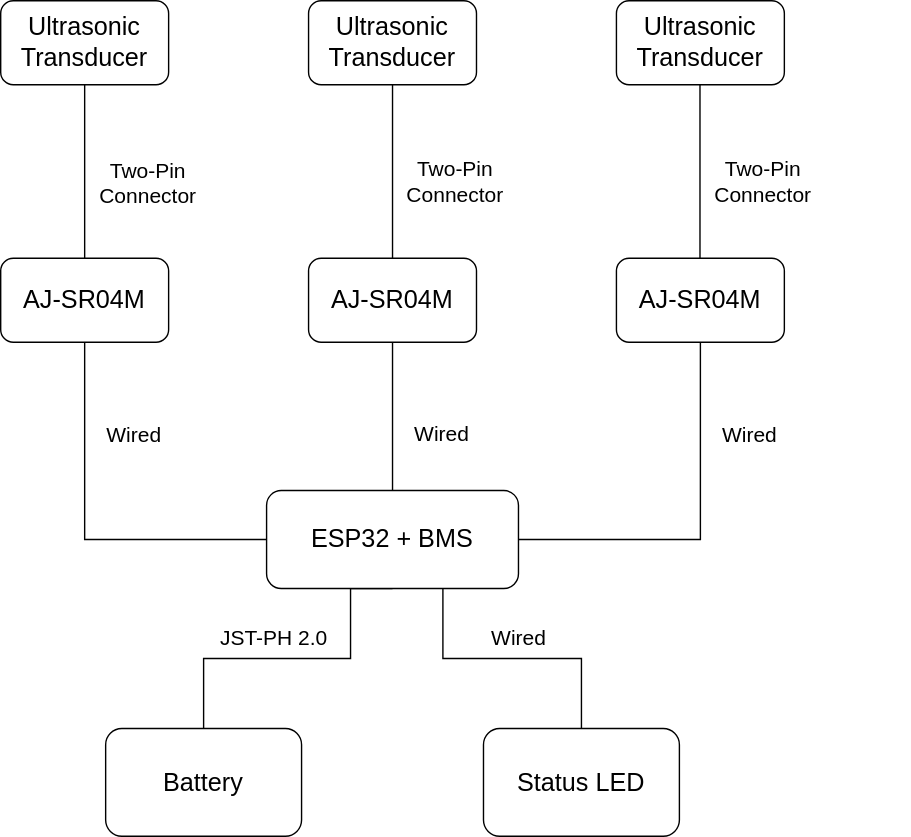
Above: SailTrack Wind/hardware-diagram.svg in metisvela/sailtrack (draw.io), before the change. Source tidied: cells renumbered, new cells last; positions are measured from the earlier drawing's top-left corner, leaving out a move shared by most shapes.
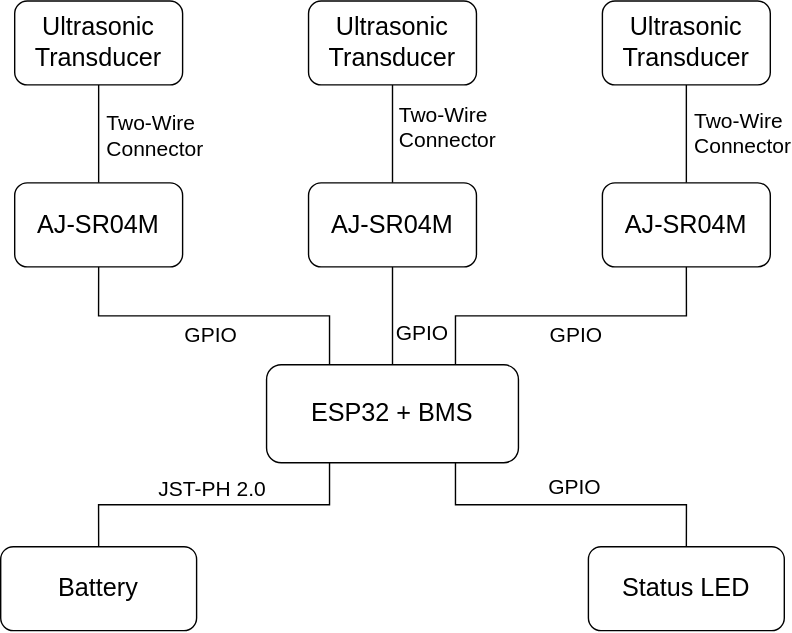
The same file after the commit.

Change to the diagram source:
```diff
@@ -2,95 +2,92 @@
   <root>
     <mxCell id="0" />
     <mxCell id="1" parent="0" />
-    <mxCell id="2" style="group;" parent="1" vertex="1">
-      <mxGeometry width="650" height="597" as="geometry" />
-    </mxCell>
-    <mxCell id="3" style="edgeStyle=orthogonalEdgeStyle;rounded=0;jettySize=auto;html=1;exitX=0.5;exitY=1;exitDx=0;exitDy=0;entryX=0.5;entryY=0;entryDx=0;entryDy=0;endArrow=none;endFill=0;" parent="2" edge="1" source="4" target="15">
-      <mxGeometry relative="1" as="geometry">
-        <Array as="points">
-          <mxPoint x="250" y="420" />
-          <mxPoint x="250" y="470" />
-          <mxPoint x="145" y="470" />
-        </Array>
-      </mxGeometry>
-    </mxCell>
+    <mxCell id="29" style="edgeStyle=orthogonalEdgeStyle;rounded=0;jettySize=auto;html=1;exitX=0.5;exitY=1;exitDx=0;exitDy=0;entryX=0.5;entryY=0;entryDx=0;entryDy=0;endArrow=none;endFill=0;" parent="1" edge="1" source="31" target="40">
+      <mxGeometry relative="1" as="geometry" />
+    </mxCell>
+    <mxCell id="30" value="Two-Wire&lt;br&gt;Connector" style="edgeLabel;html=1;align=left;verticalAlign=middle;fontSize=15;" parent="29" vertex="1">
+      <mxGeometry relative="1" as="geometry">
+        <mxPoint x="4" as="offset" />
+      </mxGeometry>
+    </mxCell>
+    <mxCell id="31" value="&lt;font style=&quot;font-size: 18px&quot;&gt;Ultrasonic Transducer&lt;/font&gt;" style="rounded=1;whiteSpace=wrap;html=1;fontSize=16;" parent="1" vertex="1">
+      <mxGeometry x="34" y="74" width="120" height="60" as="geometry" />
+    </mxCell>
+    <mxCell id="32" style="edgeStyle=orthogonalEdgeStyle;rounded=0;jettySize=auto;html=1;exitX=0.5;exitY=1;exitDx=0;exitDy=0;entryX=0.5;entryY=0;entryDx=0;entryDy=0;endArrow=none;endFill=0;" parent="1" edge="1" source="34" target="43">
+      <mxGeometry relative="1" as="geometry" />
+    </mxCell>
+    <mxCell id="33" value="Two-Wire&lt;br&gt;Connector" style="edgeLabel;html=1;align=left;verticalAlign=middle;fontSize=15;" parent="32" vertex="1">
+      <mxGeometry x="-0.14" y="-1" relative="1" as="geometry">
+        <mxPoint x="4" as="offset" />
+      </mxGeometry>
+    </mxCell>
+    <mxCell id="34" value="&lt;font style=&quot;font-size: 18px&quot;&gt;Ultrasonic Transducer&lt;/font&gt;" style="rounded=1;whiteSpace=wrap;html=1;fontSize=16;" parent="1" vertex="1">
+      <mxGeometry x="244" y="74" width="120" height="60" as="geometry" />
+    </mxCell>
+    <mxCell id="35" style="edgeStyle=orthogonalEdgeStyle;rounded=0;jettySize=auto;html=1;exitX=0.5;exitY=1;exitDx=0;exitDy=0;entryX=0.5;entryY=0;entryDx=0;entryDy=0;endArrow=none;endFill=0;" parent="1" edge="1" source="37" target="46">
+      <mxGeometry relative="1" as="geometry" />
+    </mxCell>
+    <mxCell id="36" value="Two-Wire&lt;br&gt;&lt;div style=&quot;&quot;&gt;Connector&lt;/div&gt;" style="edgeLabel;html=1;align=left;verticalAlign=middle;fontSize=15;" parent="35" vertex="1">
+      <mxGeometry x="-0.06" y="4" relative="1" as="geometry" />
+    </mxCell>
+    <mxCell id="37" value="&lt;font style=&quot;font-size: 18px&quot;&gt;Ultrasonic Transducer&lt;/font&gt;" style="rounded=1;whiteSpace=wrap;html=1;fontSize=16;" parent="1" vertex="1">
+      <mxGeometry x="454" y="74" width="120" height="60" as="geometry" />
+    </mxCell>
+    <mxCell id="38" style="edgeStyle=orthogonalEdgeStyle;rounded=0;jettySize=auto;html=1;exitX=0.5;exitY=1;exitDx=0;exitDy=0;entryX=0.25;entryY=0;entryDx=0;entryDy=0;endArrow=none;endFill=0;" parent="1" edge="1" source="40" target="4">
+      <mxGeometry relative="1" as="geometry" />
+    </mxCell>
+    <mxCell id="39" value="GPIO" style="edgeLabel;html=1;align=center;verticalAlign=top;fontSize=15;" parent="38" vertex="1">
+      <mxGeometry x="-0.17" y="-1" relative="1" as="geometry">
+        <mxPoint x="17" y="-3" as="offset" />
+      </mxGeometry>
+    </mxCell>
+    <mxCell id="40" value="&lt;font style=&quot;font-size: 18px&quot;&gt;AJ-SR04M&lt;/font&gt;" style="rounded=1;whiteSpace=wrap;html=1;fontSize=16;" parent="1" vertex="1">
+      <mxGeometry x="34" y="204" width="120" height="60" as="geometry" />
+    </mxCell>
+    <mxCell id="41" style="edgeStyle=orthogonalEdgeStyle;rounded=0;jettySize=auto;html=1;exitX=0.5;exitY=1;exitDx=0;exitDy=0;entryX=0.5;entryY=0;entryDx=0;entryDy=0;endArrow=none;endFill=0;" parent="1" edge="1" source="43" target="4">
+      <mxGeometry relative="1" as="geometry" />
+    </mxCell>
+    <mxCell id="42" value="GPIO" style="edgeLabel;html=1;align=center;verticalAlign=middle;fontSize=15;" parent="41" vertex="1">
+      <mxGeometry x="-0.06" y="3" relative="1" as="geometry">
+        <mxPoint x="17" y="13" as="offset" />
+      </mxGeometry>
+    </mxCell>
+    <mxCell id="43" value="&lt;font style=&quot;font-size: 18px&quot;&gt;AJ-SR04M&lt;/font&gt;" style="rounded=1;whiteSpace=wrap;html=1;fontSize=16;" parent="1" vertex="1">
+      <mxGeometry x="244" y="204" width="120" height="60" as="geometry" />
+    </mxCell>
+    <mxCell id="44" style="edgeStyle=orthogonalEdgeStyle;rounded=0;jettySize=auto;html=1;exitX=0.5;exitY=1;exitDx=0;exitDy=0;entryX=0.75;entryY=0;entryDx=0;entryDy=0;endArrow=none;endFill=0;" parent="1" edge="1" source="46" target="4">
+      <mxGeometry relative="1" as="geometry" />
+    </mxCell>
+    <mxCell id="45" value="GPIO" style="edgeLabel;html=1;align=center;verticalAlign=top;fontSize=15;" parent="44" vertex="1">
+      <mxGeometry x="0.08" y="3" relative="1" as="geometry">
+        <mxPoint x="12" y="-5" as="offset" />
+      </mxGeometry>
+    </mxCell>
+    <mxCell id="46" value="&lt;font style=&quot;font-size: 18px&quot;&gt;AJ-SR04M&lt;/font&gt;" style="rounded=1;whiteSpace=wrap;html=1;fontSize=16;" parent="1" vertex="1">
+      <mxGeometry x="454" y="204" width="120" height="60" as="geometry" />
+    </mxCell>
-    <mxCell id="4" value="&lt;font style=&quot;font-size: 18px&quot;&gt;ESP32 + BMS&lt;/font&gt;" style="rounded=1;whiteSpace=wrap;html=1;fontSize=16;" parent="2" vertex="1">
-      <mxGeometry x="190" y="350" width="180" height="70" as="geometry" />
+    <mxCell id="4" value="&lt;font style=&quot;font-size: 18px&quot;&gt;ESP32 + BMS&lt;/font&gt;" style="rounded=1;whiteSpace=wrap;html=1;fontSize=16;" parent="1" vertex="1">
+      <mxGeometry x="214" y="334" width="180" height="70" as="geometry" />
     </mxCell>
-    <mxCell id="5" value="&lt;font style=&quot;font-size: 18px&quot;&gt;AJ-SR04M&lt;/font&gt;" style="rounded=1;whiteSpace=wrap;html=1;fontSize=16;" parent="2" vertex="1">
-      <mxGeometry y="184" width="120" height="60" as="geometry" />
-    </mxCell>
-    <mxCell id="6" style="edgeStyle=orthogonalEdgeStyle;rounded=0;jettySize=auto;html=1;exitX=0;exitY=0.5;exitDx=0;exitDy=0;entryX=0.5;entryY=1;entryDx=0;entryDy=0;fontSize=16;endArrow=none;endFill=0;" parent="2" edge="1" source="4" target="5">
-      <mxGeometry relative="1" as="geometry" />
-    </mxCell>
-    <mxCell id="7" value="&lt;font style=&quot;font-size: 18px&quot;&gt;AJ-SR04M&lt;/font&gt;" style="rounded=1;whiteSpace=wrap;html=1;fontSize=16;" parent="2" vertex="1">
-      <mxGeometry x="220" y="184" width="120" height="60" as="geometry" />
-    </mxCell>
-    <mxCell id="8" style="edgeStyle=orthogonalEdgeStyle;rounded=0;jettySize=auto;html=1;exitX=0.5;exitY=0;exitDx=0;exitDy=0;entryX=0.5;entryY=1;entryDx=0;entryDy=0;fontSize=16;endArrow=none;endFill=0;" parent="2" edge="1" source="4" target="7">
-      <mxGeometry relative="1" as="geometry" />
-    </mxCell>
-    <mxCell id="9" style="edgeStyle=orthogonalEdgeStyle;rounded=0;jettySize=auto;html=1;exitX=1;exitY=0.5;exitDx=0;exitDy=0;entryX=0.5;entryY=1;entryDx=0;entryDy=0;fontSize=16;endSize=6;endArrow=none;endFill=0;" parent="2" edge="1" source="4" target="23">
-      <mxGeometry relative="1" as="geometry" />
-    </mxCell>
-    <mxCell id="10" value="&lt;font style=&quot;font-size: 18px&quot;&gt;Ultrasonic Transducer&lt;/font&gt;" style="rounded=1;whiteSpace=wrap;html=1;fontSize=16;" parent="2" vertex="1">
-      <mxGeometry width="120" height="60" as="geometry" />
-    </mxCell>
-    <mxCell id="11" style="edgeStyle=orthogonalEdgeStyle;rounded=0;jettySize=auto;html=1;exitX=0.5;exitY=0;exitDx=0;exitDy=0;entryX=0.5;entryY=1;entryDx=0;entryDy=0;fontSize=16;endArrow=none;endFill=0;" parent="2" edge="1" source="5" target="10">
-      <mxGeometry relative="1" as="geometry" />
-    </mxCell>
-    <mxCell id="12" value="&lt;font style=&quot;font-size: 18px&quot;&gt;Ultrasonic Transducer&lt;/font&gt;" style="rounded=1;whiteSpace=wrap;html=1;fontSize=16;" parent="2" vertex="1">
-      <mxGeometry x="220" width="120" height="60" as="geometry" />
-    </mxCell>
-    <mxCell id="13" style="edgeStyle=orthogonalEdgeStyle;rounded=0;jettySize=auto;html=1;exitX=0.5;exitY=0;exitDx=0;exitDy=0;entryX=0.5;entryY=1;entryDx=0;entryDy=0;fontSize=16;endArrow=none;endFill=0;" parent="2" edge="1" source="7" target="12">
-      <mxGeometry relative="1" as="geometry" />
-    </mxCell>
-    <mxCell id="14" value="&lt;font style=&quot;font-size: 18px&quot;&gt;Ultrasonic Transducer&lt;/font&gt;" style="rounded=1;whiteSpace=wrap;html=1;fontSize=16;" parent="2" vertex="1">
-      <mxGeometry x="440" width="120" height="60" as="geometry" />
-    </mxCell>
+    <mxCell id="47" style="edgeStyle=orthogonalEdgeStyle;rounded=0;jettySize=auto;html=1;exitX=0.5;exitY=0;exitDx=0;exitDy=0;entryX=0.25;entryY=1;entryDx=0;entryDy=0;endArrow=none;endFill=0;" parent="1" edge="1" source="15" target="4">
+      <mxGeometry relative="1" as="geometry" />
+    </mxCell>
+    <mxCell id="22" value="JST-PH 2.0" style="edgeLabel;html=1;align=center;verticalAlign=bottom;fontSize=15;" parent="47" vertex="1">
+      <mxGeometry x="0.2" y="1" relative="1" as="geometry">
+        <mxPoint x="-25" as="offset" />
+      </mxGeometry>
+    </mxCell>
-    <mxCell id="15" value="&lt;span style=&quot;font-size: 18px&quot;&gt;Battery&lt;/span&gt;" style="rounded=1;whiteSpace=wrap;html=1;fontSize=16;" parent="2" vertex="1">
-      <mxGeometry x="75" y="520" width="140" height="77" as="geometry" />
+    <mxCell id="15" value="&lt;span style=&quot;font-size: 18px&quot;&gt;Battery&lt;/span&gt;" style="rounded=1;whiteSpace=wrap;html=1;fontSize=16;" parent="1" vertex="1">
+      <mxGeometry x="24" y="464" width="140" height="60" as="geometry" />
     </mxCell>
-    <mxCell id="16" value="&lt;font style=&quot;font-size: 15px&quot;&gt;Two-Pin &lt;br&gt;Connector&lt;/font&gt;" style="text;html=1;align=center;verticalAlign=middle;fillColor=none;strokeColor=none;rounded=0;" parent="2" vertex="1">
-      <mxGeometry x="65" y="110" width="80" height="40" as="geometry" />
-    </mxCell>
-    <mxCell id="17" value="&lt;span style=&quot;color: rgb(0, 0, 0); font-family: helvetica; font-size: 15px; font-style: normal; font-weight: 400; letter-spacing: normal; text-indent: 0px; text-transform: none; word-spacing: 0px; display: inline; float: none;&quot;&gt;Two-Pin &lt;br&gt;Connector&lt;/span&gt;" style="text;whiteSpace=wrap;html=1;align=center;labelBackgroundColor=none;" parent="2" vertex="1">
-      <mxGeometry x="290" y="105" width="70" height="30" as="geometry" />
-    </mxCell>
-    <mxCell id="18" value="&lt;span style=&quot;color: rgb(0, 0, 0); font-family: helvetica; font-size: 15px; font-style: normal; font-weight: 400; letter-spacing: normal; text-indent: 0px; text-transform: none; word-spacing: 0px; display: inline; float: none;&quot;&gt;Two-Pin &lt;br&gt;Connector&lt;/span&gt;" style="text;whiteSpace=wrap;html=1;align=center;labelBackgroundColor=none;" parent="2" vertex="1">
-      <mxGeometry x="510" y="105" width="70" height="30" as="geometry" />
-    </mxCell>
-    <mxCell id="19" value="&lt;font style=&quot;font-size: 15px&quot;&gt;Wired&lt;/font&gt;" style="text;html=1;align=center;verticalAlign=middle;fillColor=none;strokeColor=none;rounded=0;" parent="2" vertex="1">
-      <mxGeometry x="70" y="300" width="50" height="20" as="geometry" />
-    </mxCell>
-    <mxCell id="20" value="&lt;font style=&quot;font-size: 15px&quot;&gt;Wired&lt;/font&gt;" style="text;html=1;align=center;verticalAlign=middle;fillColor=none;strokeColor=none;rounded=0;" parent="2" vertex="1">
-      <mxGeometry x="290" y="299" width="50" height="20" as="geometry" />
-    </mxCell>
-    <mxCell id="21" value="&lt;font style=&quot;font-size: 15px&quot;&gt;Wired&lt;/font&gt;" style="text;html=1;align=center;verticalAlign=middle;fillColor=none;strokeColor=none;rounded=0;" parent="2" vertex="1">
-      <mxGeometry x="510" y="300" width="50" height="20" as="geometry" />
-    </mxCell>
-    <mxCell id="22" value="&lt;font style=&quot;font-size: 15px&quot;&gt;JST-PH 2.0&lt;/font&gt;" style="text;html=1;align=center;verticalAlign=middle;fillColor=none;strokeColor=none;rounded=0;" parent="2" vertex="1">
-      <mxGeometry x="150" y="445" width="90" height="20" as="geometry" />
-    </mxCell>
-    <mxCell id="23" value="&lt;font style=&quot;font-size: 18px&quot;&gt;AJ-SR04M&lt;/font&gt;" style="rounded=1;whiteSpace=wrap;html=1;fontSize=16;" parent="2" vertex="1">
-      <mxGeometry x="440" y="184" width="120" height="60" as="geometry" />
-    </mxCell>
-    <mxCell id="24" style="edgeStyle=orthogonalEdgeStyle;rounded=0;orthogonalLoop=1;jettySize=auto;html=1;exitX=0.5;exitY=1;exitDx=0;exitDy=0;endArrow=none;endFill=0;" parent="2" edge="1" source="18" target="18">
-      <mxGeometry relative="1" as="geometry" />
-    </mxCell>
-    <mxCell id="25" style="edgeStyle=orthogonalEdgeStyle;rounded=0;orthogonalLoop=1;jettySize=auto;html=1;exitX=0.5;exitY=0;exitDx=0;exitDy=0;entryX=0.5;entryY=1;entryDx=0;entryDy=0;fontSize=16;endArrow=none;endFill=0;" parent="2" edge="1">
-      <mxGeometry relative="1" as="geometry">
-        <mxPoint x="499.7" y="184" as="sourcePoint" />
-        <mxPoint x="499.7" y="60" as="targetPoint" />
-      </mxGeometry>
-    </mxCell>
-    <mxCell id="26" style="edgeStyle=orthogonalEdgeStyle;rounded=0;jettySize=auto;html=1;exitX=0.5;exitY=0;exitDx=0;exitDy=0;entryX=0.7;entryY=0.998;entryDx=0;entryDy=0;entryPerimeter=0;endArrow=none;endFill=0;" parent="2" edge="1" source="27" target="4">
+    <mxCell id="26" style="edgeStyle=orthogonalEdgeStyle;rounded=0;jettySize=auto;html=1;exitX=0.5;exitY=0;exitDx=0;exitDy=0;entryX=0.75;entryY=1;entryDx=0;entryDy=0;endArrow=none;endFill=0;" parent="1" edge="1" source="27" target="4">
       <mxGeometry relative="1" as="geometry" />
     </mxCell>
+    <mxCell id="48" value="GPIO" style="edgeLabel;html=1;align=center;verticalAlign=bottom;fontSize=15;" parent="26" vertex="1">
+      <mxGeometry x="-0.01" y="-2" relative="1" as="geometry" />
+    </mxCell>
-    <mxCell id="27" value="&lt;span style=&quot;font-size: 18px&quot;&gt;Status LED&lt;/span&gt;" style="rounded=1;whiteSpace=wrap;html=1;fontSize=16;" parent="2" vertex="1">
-      <mxGeometry x="345" y="520" width="140" height="77" as="geometry" />
+    <mxCell id="27" value="&lt;span style=&quot;font-size: 18px&quot;&gt;Status LED&lt;/span&gt;" style="rounded=1;whiteSpace=wrap;html=1;fontSize=16;" parent="1" vertex="1">
+      <mxGeometry x="444" y="464" width="140" height="60" as="geometry" />
     </mxCell>
-    <mxCell id="28" value="&lt;font style=&quot;font-size: 15px&quot;&gt;Wired&lt;/font&gt;" style="text;html=1;align=center;verticalAlign=middle;" parent="2" vertex="1">
-      <mxGeometry x="345" y="445" width="50" height="20" as="geometry" />
-    </mxCell>
   </root>
 </mxGraphModel>
```
